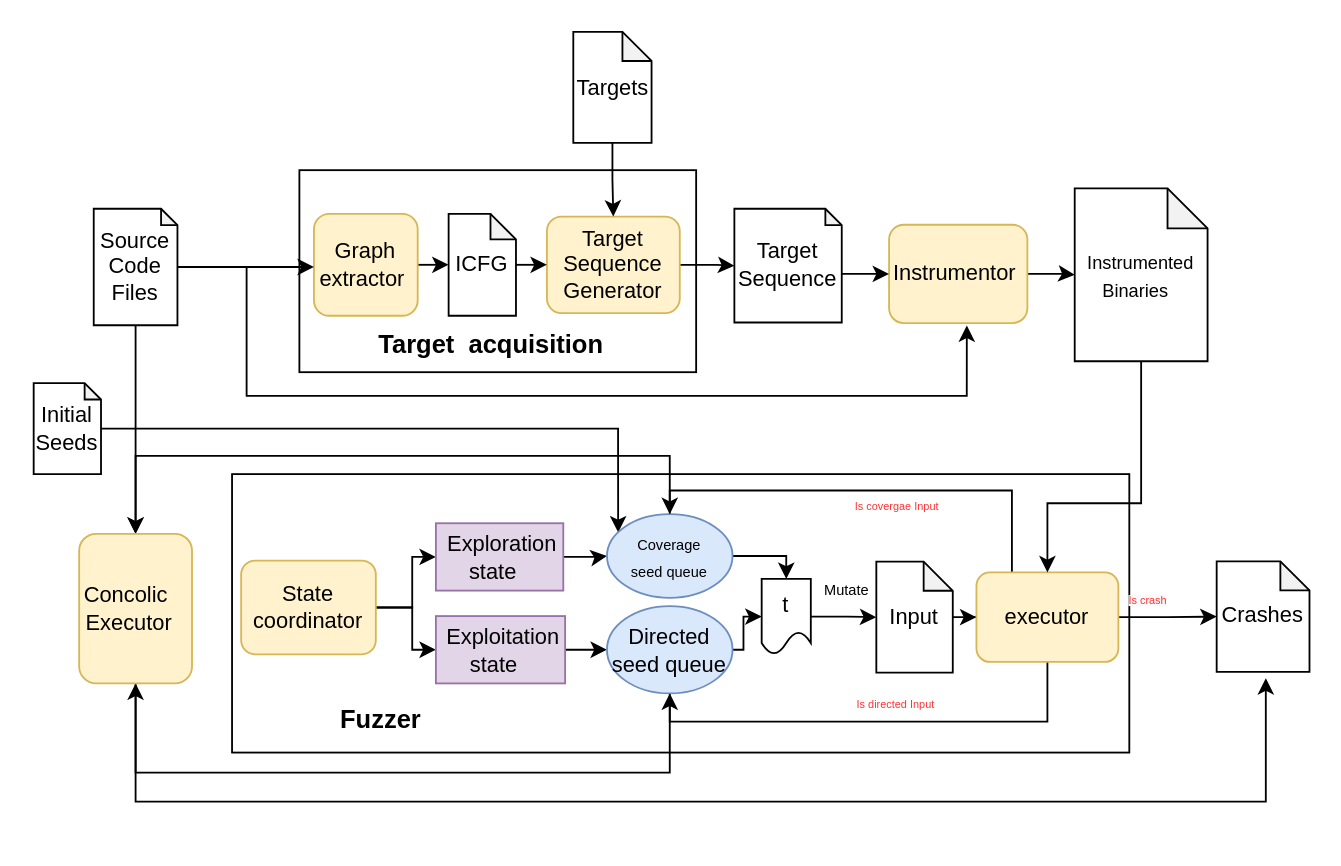
Earlier version of the draw.io diagram Untitled Diagram.drawio (cxlzff/cxlmall). Source tidied: cells renumbered, new cells numbered last; positions are measured from the earlier drawing's top-left corner, leaving out a move shared by most shapes. Both pictures are drawn from the tidied source at 182%, with x=0, y=0 at pixel (33, 31).
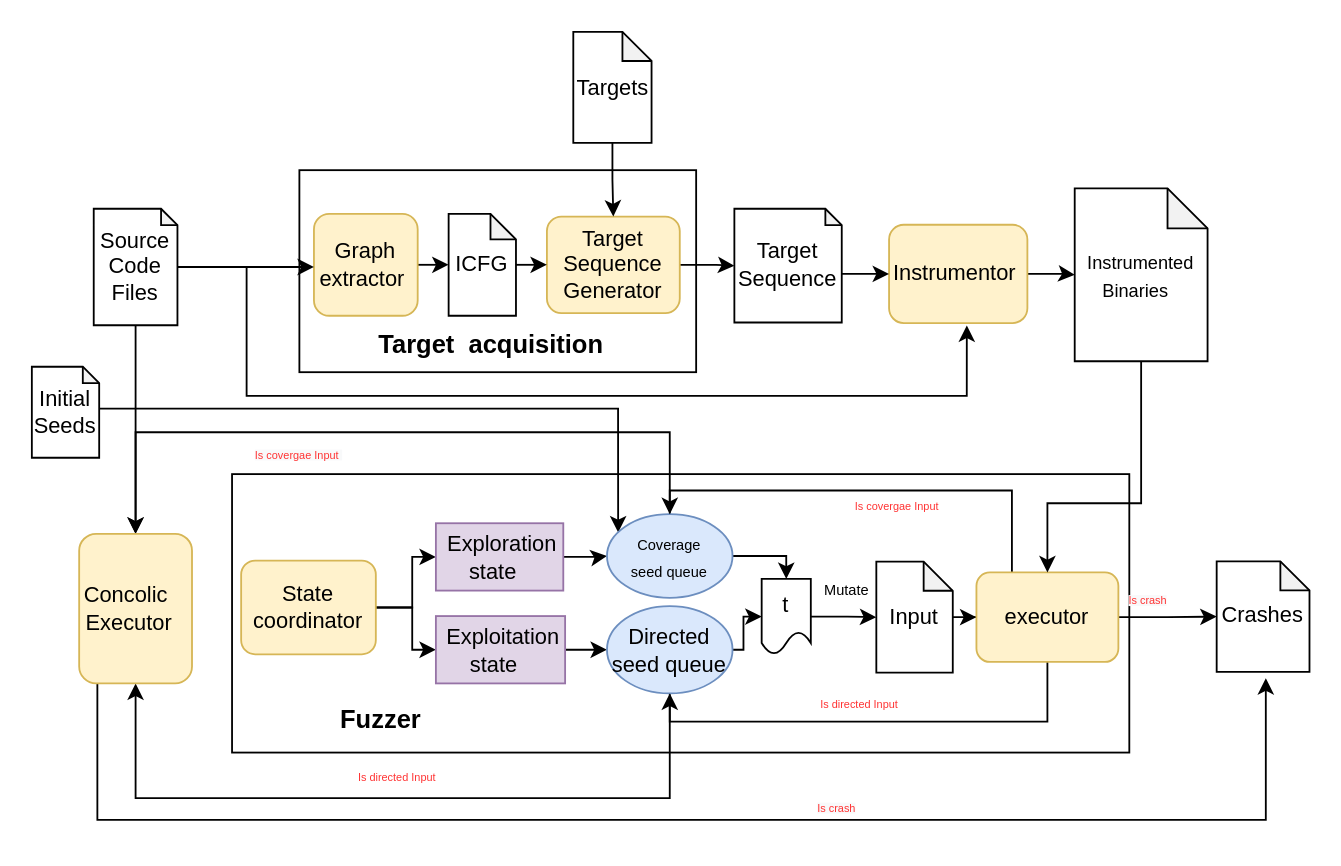
After the change.

Unchanged cells that the change refers to:
```xml
<mxCell id="33" value="&lt;font style=&quot;font-size: 8px&quot;&gt;Coverage&lt;br&gt;seed queue&lt;/font&gt;" style="ellipse;whiteSpace=wrap;html=1;fillColor=#dae8fc;strokeColor=#6c8ebf;" parent="1" vertex="1">
  <mxGeometry x="315" y="265" width="69" height="46" as="geometry" />
</mxCell>
<mxCell id="36" value="Directed seed queue" style="ellipse;whiteSpace=wrap;html=1;fillColor=#dae8fc;strokeColor=#6c8ebf;" parent="1" vertex="1">
  <mxGeometry x="315" y="315.5" width="69" height="48" as="geometry" />
</mxCell>
<mxCell id="53" value="&lt;span class=&quot;fontstyle0&quot;&gt;Concolic&amp;nbsp; &amp;nbsp; Executor&lt;/span&gt;&amp;nbsp;&amp;nbsp;" style="rounded=1;whiteSpace=wrap;html=1;fillColor=#fff2cc;strokeColor=#d6b656;" parent="1" vertex="1">
  <mxGeometry x="25" y="275.8" width="62" height="82.2" as="geometry" />
</mxCell>
```

Change to the diagram source:
```diff
@@
     <mxCell id="22" style="edgeStyle=orthogonalEdgeStyle;rounded=0;jettySize=auto;html=1;entryX=0.089;entryY=0.219;entryDx=0;entryDy=0;entryPerimeter=0;" parent="1" edge="1" source="23" target="33">
-      <mxGeometry relative="1" as="geometry" />
+      <mxGeometry relative="1" as="geometry">
+        <Array as="points">
+          <mxPoint x="321" y="207" />
+        </Array>
+      </mxGeometry>
     </mxCell>
     <mxCell id="23" value="&lt;font style=&quot;font-size: 12px&quot;&gt;Initial&lt;br&gt;Seeds&lt;br&gt;&lt;/font&gt;" style="shape=note;whiteSpace=wrap;html=1;backgroundOutline=1;darkOpacity=0.05;size=9;" parent="1" vertex="1">
-      <mxGeometry y="193" width="37" height="50" as="geometry" />
+      <mxGeometry x="-1" y="184" width="37" height="50" as="geometry" />
     </mxCell>
@@
     <mxCell id="32" style="edgeStyle=orthogonalEdgeStyle;rounded=0;jettySize=auto;html=1;entryX=0.5;entryY=0;entryDx=0;entryDy=0;" parent="1" edge="1" source="33" target="53">
       <mxGeometry relative="1" as="geometry">
         <Array as="points">
-          <mxPoint x="349" y="233" />
-          <mxPoint x="56" y="233" />
+          <mxPoint x="349" y="220" />
+          <mxPoint x="56" y="220" />
         </Array>
       </mxGeometry>
     </mxCell>
@@
     <mxCell id="35" style="edgeStyle=orthogonalEdgeStyle;rounded=0;jettySize=auto;html=1;entryX=0.5;entryY=1;entryDx=0;entryDy=0;" parent="1" edge="1" source="36" target="53">
       <mxGeometry relative="1" as="geometry">
         <Array as="points">
-          <mxPoint x="349" y="407" />
-          <mxPoint x="56" y="407" />
+          <mxPoint x="349" y="421" />
+          <mxPoint x="56" y="421" />
         </Array>
       </mxGeometry>
     </mxCell>
@@
     <mxCell id="48" value="&lt;font style=&quot;font-size: 6px&quot; color=&quot;#ff3333&quot;&gt;Is directed Input&lt;/font&gt;" style="text;html=1;strokeColor=none;fillColor=none;align=center;verticalAlign=middle;whiteSpace=wrap;rounded=0;" parent="1" vertex="1">
-      <mxGeometry x="416" y="358" width="116" height="20" as="geometry" />
+      <mxGeometry x="396" y="358" width="116" height="20" as="geometry" />
     </mxCell>
@@
     <mxCell id="52" style="edgeStyle=orthogonalEdgeStyle;rounded=0;jettySize=auto;html=1;" parent="1" edge="1" source="53">
       <mxGeometry relative="1" as="geometry">
         <mxPoint x="677" y="355.1" as="targetPoint" />
         <Array as="points">
-          <mxPoint x="56" y="423" />
-          <mxPoint x="677" y="423" />
+          <mxPoint x="35" y="433" />
+          <mxPoint x="677" y="433" />
         </Array>
       </mxGeometry>
     </mxCell>
@@
+    <mxCell id="54" value="&lt;span style=&quot;color: rgb(255, 51, 51); font-family: helvetica; font-size: 6px; font-style: normal; font-weight: 400; letter-spacing: normal; text-align: center; text-indent: 0px; text-transform: none; word-spacing: 0px; background-color: rgb(248, 249, 250); display: inline; float: none;&quot;&gt;Is covergae Input&amp;nbsp;&lt;/span&gt;" style="text;whiteSpace=wrap;html=1;" parent="1" vertex="1">
+      <mxGeometry x="120" y="217" width="115" height="28" as="geometry" />
+    </mxCell>
+    <mxCell id="55" value="&lt;font style=&quot;font-size: 6px&quot; color=&quot;#ff3333&quot;&gt;Is directed Input&lt;/font&gt;" style="text;html=1;strokeColor=none;fillColor=none;align=center;verticalAlign=middle;whiteSpace=wrap;rounded=0;" parent="1" vertex="1">
+      <mxGeometry x="142" y="398" width="116" height="20" as="geometry" />
+    </mxCell>
+    <mxCell id="56" value="&lt;span style=&quot;font-family: &amp;#34;helvetica&amp;#34; ; font-size: 6px ; font-style: normal ; font-weight: 400 ; letter-spacing: normal ; text-align: center ; text-indent: 0px ; text-transform: none ; word-spacing: 0px ; background-color: rgb(248 , 249 , 250) ; display: inline ; float: none&quot;&gt;&lt;font color=&quot;#ff3333&quot;&gt;Is crash&lt;/font&gt;&lt;/span&gt;" style="text;whiteSpace=wrap;html=1;" parent="1" vertex="1">
+      <mxGeometry x="429" y="411" width="79" height="28" as="geometry" />
+    </mxCell>
```
